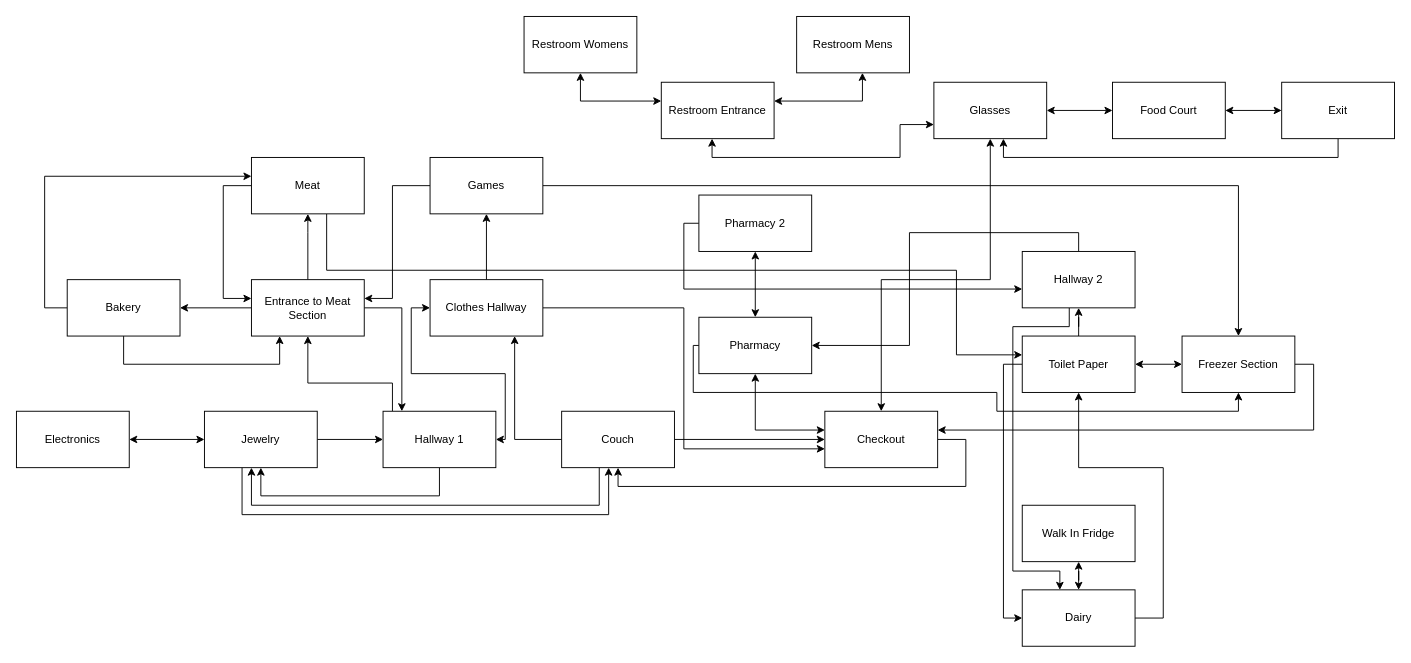
Earlier version of the draw.io diagram Trapped in Costco/Source/Movement Graph.drawio (BagelMaster5000/Trapped-In-Costco). Source tidied: cells renumbered, new cells numbered last; positions are measured from the earlier drawing's top-left corner, leaving out a move shared by most shapes. Both pictures are drawn from the tidied source at 94%, with x=0, y=0 at pixel (16, 16).
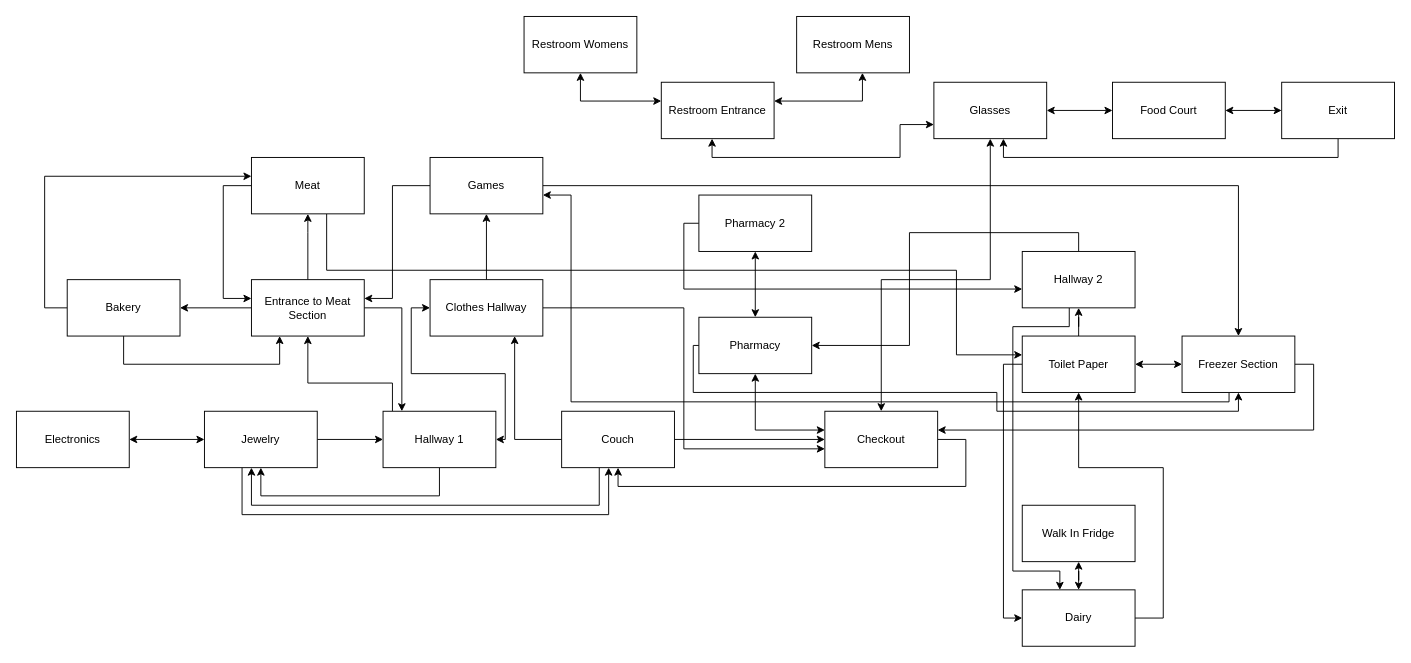
Above is the later version.

The change refers to these unchanged cells:
```xml
<mxCell id="39" value="Games" style="rounded=0;whiteSpace=wrap;html=1;" parent="1" vertex="1">
  <mxGeometry x="440" y="150" width="120" height="60" as="geometry" />
</mxCell>
<mxCell id="42" value="Freezer Section" style="rounded=0;whiteSpace=wrap;html=1;" parent="1" vertex="1">
  <mxGeometry x="1240" y="340" width="120" height="60" as="geometry" />
</mxCell>
```

The edit, as a diff of the source:
```diff
@@
+    <mxCell id="65" style="edgeStyle=orthogonalEdgeStyle;rounded=0;jettySize=auto;html=1;" parent="1" edge="1" source="42" target="39">
+      <mxGeometry relative="1" as="geometry">
+        <Array as="points">
+          <mxPoint x="1290" y="410" />
+          <mxPoint x="590" y="410" />
+          <mxPoint x="590" y="190" />
+        </Array>
+      </mxGeometry>
+    </mxCell>
```
